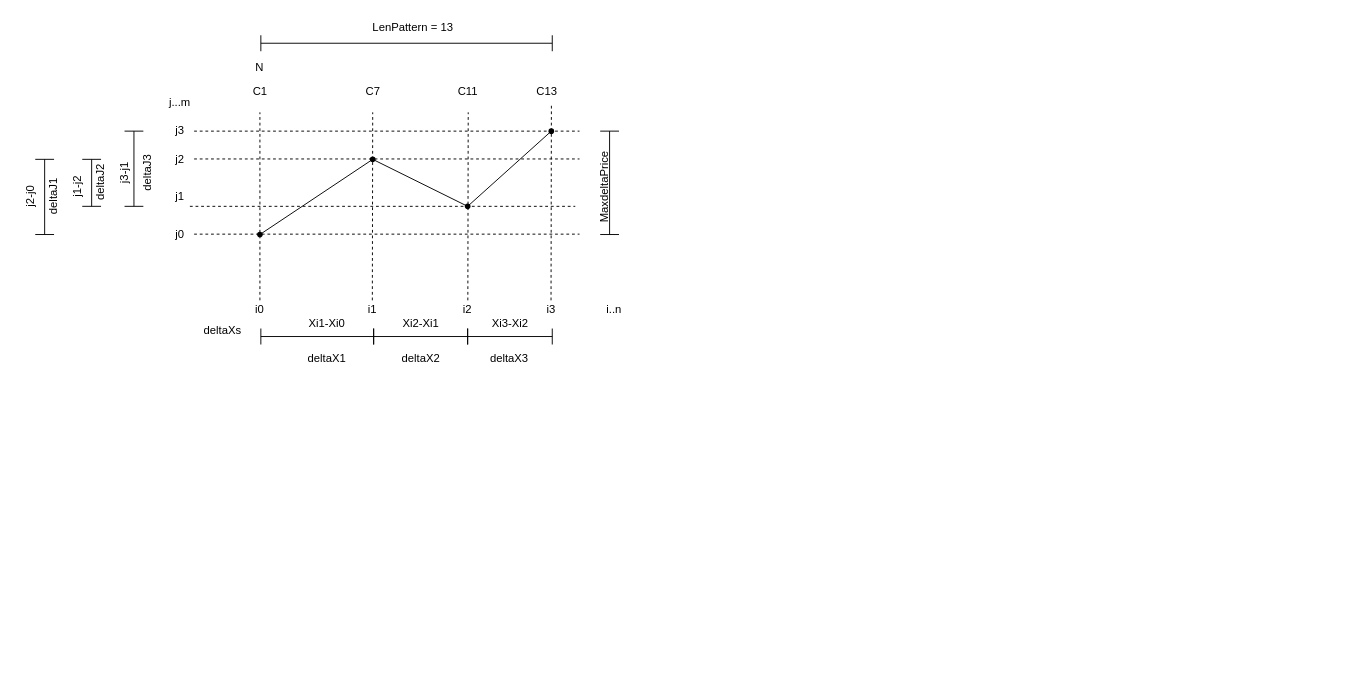
This is BitmexGUI/PatterReconIdea.drawio from DSun91/WPF-Bitmex-GUI, a draw.io file, before an edit. Source tidied: cells renumbered, new cells numbered last; positions are measured from the earlier drawing's top-left corner, leaving out a move shared by most shapes. Both pictures are drawn from the tidied source at 94%, with x=0, y=0 at pixel (7, 18).
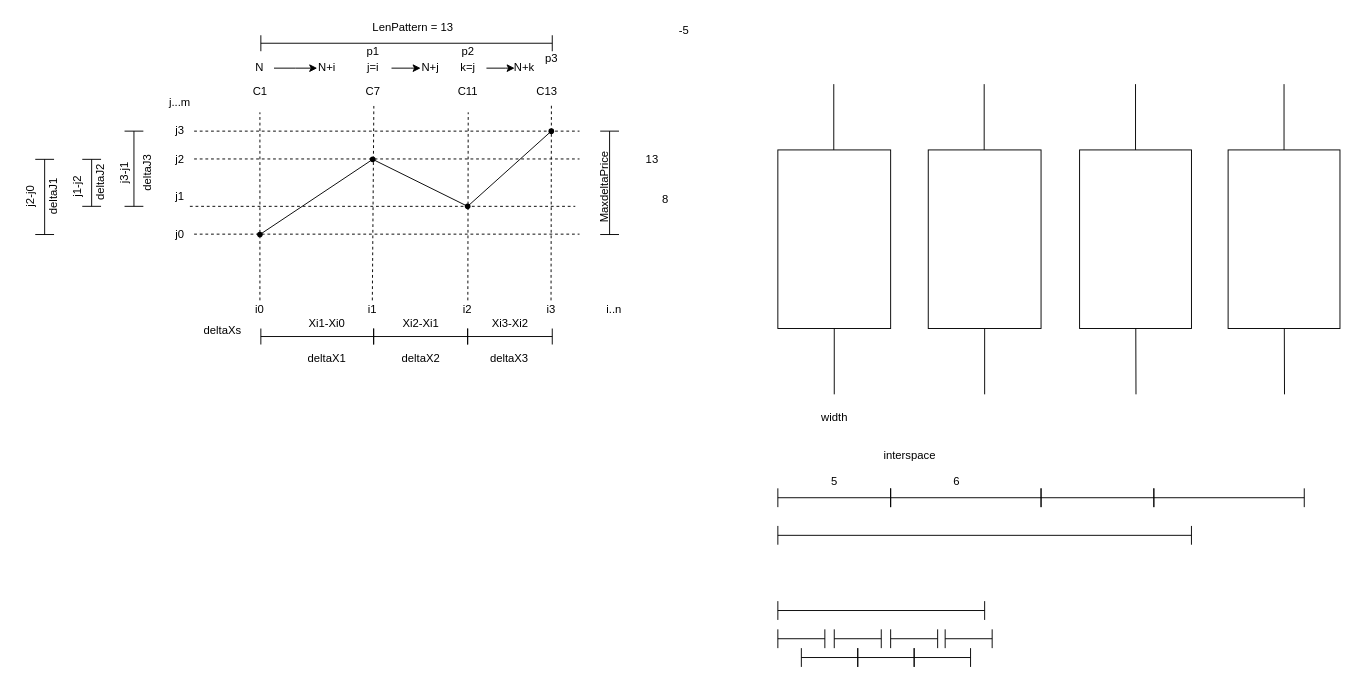
After the change.

Unchanged cells that the change refers to:
```xml
<mxCell id="29" value="N" style="text;html=1;align=center;verticalAlign=middle;whiteSpace=wrap;rounded=0;" parent="1" vertex="1">
  <mxGeometry x="254" y="43" width="30" height="20" as="geometry" />
</mxCell>
<mxCell id="44" value="C7" style="text;html=1;align=center;verticalAlign=middle;points=[];strokeColor=none;fillColor=none;" parent="1" vertex="1">
  <mxGeometry x="369" y="63" width="40" height="30" as="geometry" />
</mxCell>
```

The edit, as a diff of the source:
```diff
@@
-    <mxCell id="11" style="endArrow=none;dashed=1;html=1;rounded=0;" parent="1" edge="1">
+    <mxCell id="11" style="endArrow=none;dashed=1;html=1;rounded=0;entryX=0.53;entryY=1.008;entryDx=0;entryDy=0;entryPerimeter=0;" parent="1" edge="1" target="44">
       <mxGeometry relative="1" as="geometry">
         <mxPoint x="388.6" y="300" as="sourcePoint" />
-        <mxPoint x="389" y="100" as="targetPoint" />
       </mxGeometry>
     </mxCell>
@@
+    <mxCell id="56" style="edgeStyle=orthogonalEdgeStyle;rounded=0;jettySize=auto;html=1;exitX=1;exitY=0.5;exitDx=0;exitDy=0;" parent="1" edge="1" source="29">
+      <mxGeometry relative="1" as="geometry">
+        <mxPoint x="330" y="53" as="targetPoint" />
+      </mxGeometry>
+    </mxCell>
@@
+    <mxCell id="57" style="rounded=0;whiteSpace=wrap;html=1;" parent="1" vertex="1">
+      <mxGeometry x="820" y="140" width="120" height="190" as="geometry" />
+    </mxCell>
+    <mxCell id="58" style="endArrow=none;html=1;rounded=0;" parent="1" edge="1" target="57">
+      <mxGeometry relative="1" as="geometry">
+        <mxPoint x="880" y="400" as="sourcePoint" />
+      </mxGeometry>
+    </mxCell>
+    <mxCell id="59" style="endArrow=none;html=1;rounded=0;" parent="1" edge="1">
+      <mxGeometry relative="1" as="geometry">
+        <mxPoint x="879.5" y="140" as="sourcePoint" />
+        <mxPoint x="879.5" y="70" as="targetPoint" />
+      </mxGeometry>
+    </mxCell>
+    <mxCell id="60" style="shape=crossbar;whiteSpace=wrap;html=1;rounded=1;" parent="1" vertex="1">
+      <mxGeometry x="820" y="500" width="120" height="20" as="geometry" />
+    </mxCell>
+    <mxCell id="61" style="rounded=0;whiteSpace=wrap;html=1;" parent="1" vertex="1">
+      <mxGeometry x="980" y="140" width="120" height="190" as="geometry" />
+    </mxCell>
+    <mxCell id="62" style="endArrow=none;html=1;rounded=0;" parent="1" edge="1" target="61">
+      <mxGeometry relative="1" as="geometry">
+        <mxPoint x="1040" y="400" as="sourcePoint" />
+      </mxGeometry>
+    </mxCell>
+    <mxCell id="63" style="endArrow=none;html=1;rounded=0;" parent="1" edge="1">
+      <mxGeometry relative="1" as="geometry">
+        <mxPoint x="1039.5" y="140" as="sourcePoint" />
+        <mxPoint x="1039.5" y="70" as="targetPoint" />
+      </mxGeometry>
+    </mxCell>
+    <mxCell id="64" style="shape=crossbar;whiteSpace=wrap;html=1;rounded=1;" parent="1" vertex="1">
+      <mxGeometry x="940" y="500" width="160" height="20" as="geometry" />
+    </mxCell>
+    <mxCell id="65" value="interspace" style="text;html=1;align=center;verticalAlign=middle;strokeColor=none;fillColor=none;" parent="1" vertex="1">
+      <mxGeometry x="920" y="450" width="80" height="30" as="geometry" />
+    </mxCell>
+    <mxCell id="66" value="width" style="text;html=1;align=center;verticalAlign=middle;strokeColor=none;fillColor=none;" parent="1" vertex="1">
+      <mxGeometry x="855" y="410" width="50" height="30" as="geometry" />
+    </mxCell>
+    <mxCell id="67" style="shape=crossbar;whiteSpace=wrap;html=1;rounded=1;" parent="1" vertex="1">
+      <mxGeometry x="820" y="540" width="440" height="20" as="geometry" />
+    </mxCell>
+    <mxCell id="68" style="rounded=0;whiteSpace=wrap;html=1;" parent="1" vertex="1">
+      <mxGeometry x="1141" y="140" width="119" height="190" as="geometry" />
+    </mxCell>
+    <mxCell id="69" style="endArrow=none;html=1;rounded=0;" parent="1" edge="1" target="68">
+      <mxGeometry relative="1" as="geometry">
+        <mxPoint x="1201" y="400" as="sourcePoint" />
+      </mxGeometry>
+    </mxCell>
+    <mxCell id="70" style="endArrow=none;html=1;rounded=0;" parent="1" edge="1">
+      <mxGeometry relative="1" as="geometry">
+        <mxPoint x="1200.5" y="140" as="sourcePoint" />
+        <mxPoint x="1200.5" y="70" as="targetPoint" />
+      </mxGeometry>
+    </mxCell>
+    <mxCell id="71" value="5" style="text;html=1;align=center;verticalAlign=middle;strokeColor=none;fillColor=none;" parent="1" vertex="1">
+      <mxGeometry x="865" y="478" width="30" height="30" as="geometry" />
+    </mxCell>
+    <mxCell id="72" value="6" style="text;html=1;align=center;verticalAlign=middle;strokeColor=none;fillColor=none;" parent="1" vertex="1">
+      <mxGeometry x="995" y="478" width="30" height="30" as="geometry" />
+    </mxCell>
+    <mxCell id="73" style="rounded=0;whiteSpace=wrap;html=1;" parent="1" vertex="1">
+      <mxGeometry x="1299" y="140" width="119" height="190" as="geometry" />
+    </mxCell>
+    <mxCell id="74" style="endArrow=none;html=1;rounded=0;" parent="1" edge="1" target="73">
+      <mxGeometry relative="1" as="geometry">
+        <mxPoint x="1359" y="400" as="sourcePoint" />
+      </mxGeometry>
+    </mxCell>
+    <mxCell id="75" style="endArrow=none;html=1;rounded=0;" parent="1" edge="1">
+      <mxGeometry relative="1" as="geometry">
+        <mxPoint x="1358.5" y="140" as="sourcePoint" />
+        <mxPoint x="1358.5" y="70" as="targetPoint" />
+      </mxGeometry>
+    </mxCell>
+    <mxCell id="76" style="shape=crossbar;whiteSpace=wrap;html=1;rounded=1;" parent="1" vertex="1">
+      <mxGeometry x="1100" y="500" width="120" height="20" as="geometry" />
+    </mxCell>
+    <mxCell id="77" style="shape=crossbar;whiteSpace=wrap;html=1;rounded=1;" parent="1" vertex="1">
+      <mxGeometry x="1220" y="500" width="160" height="20" as="geometry" />
+    </mxCell>
+    <mxCell id="78" style="shape=crossbar;whiteSpace=wrap;html=1;rounded=1;" parent="1" vertex="1">
+      <mxGeometry x="820" y="620" width="220" height="20" as="geometry" />
+    </mxCell>
+    <mxCell id="79" style="shape=crossbar;whiteSpace=wrap;html=1;rounded=1;" parent="1" vertex="1">
+      <mxGeometry x="820" y="650" width="50" height="20" as="geometry" />
+    </mxCell>
+    <mxCell id="80" style="shape=crossbar;whiteSpace=wrap;html=1;rounded=1;" parent="1" vertex="1">
+      <mxGeometry x="845" y="670" width="60" height="20" as="geometry" />
+    </mxCell>
+    <mxCell id="81" style="shape=crossbar;whiteSpace=wrap;html=1;rounded=1;" parent="1" vertex="1">
+      <mxGeometry x="880" y="650" width="50" height="20" as="geometry" />
+    </mxCell>
+    <mxCell id="82" style="shape=crossbar;whiteSpace=wrap;html=1;rounded=1;" parent="1" vertex="1">
+      <mxGeometry x="905" y="670" width="60" height="20" as="geometry" />
+    </mxCell>
+    <mxCell id="83" style="shape=crossbar;whiteSpace=wrap;html=1;rounded=1;" parent="1" vertex="1">
+      <mxGeometry x="965" y="670" width="60" height="20" as="geometry" />
+    </mxCell>
+    <mxCell id="84" style="shape=crossbar;whiteSpace=wrap;html=1;rounded=1;" parent="1" vertex="1">
+      <mxGeometry x="940" y="650" width="50" height="20" as="geometry" />
+    </mxCell>
+    <mxCell id="85" style="shape=crossbar;whiteSpace=wrap;html=1;rounded=1;" parent="1" vertex="1">
+      <mxGeometry x="998" y="650" width="50" height="20" as="geometry" />
+    </mxCell>
+    <mxCell id="86" value="13" style="text;html=1;align=center;verticalAlign=middle;strokeColor=none;fillColor=none;" parent="1" vertex="1">
+      <mxGeometry x="666" y="134.5" width="40" height="30" as="geometry" />
+    </mxCell>
+    <mxCell id="87" value="8" style="text;html=1;align=center;verticalAlign=middle;strokeColor=none;fillColor=none;" parent="1" vertex="1">
+      <mxGeometry x="685" y="178" width="30" height="30" as="geometry" />
+    </mxCell>
+    <mxCell id="88" value="-5" style="text;html=1;align=center;verticalAlign=middle;strokeColor=none;fillColor=none;" parent="1" vertex="1">
+      <mxGeometry x="705" y="-2" width="30" height="30" as="geometry" />
+    </mxCell>
+    <mxCell id="89" value="N+i" style="text;html=1;align=center;verticalAlign=middle;strokeColor=none;fillColor=none;" parent="1" vertex="1">
+      <mxGeometry x="320" y="38" width="40" height="30" as="geometry" />
+    </mxCell>
+    <mxCell id="90" style="edgeStyle=orthogonalEdgeStyle;rounded=0;jettySize=auto;html=1;" parent="1" edge="1" source="91">
+      <mxGeometry relative="1" as="geometry">
+        <mxPoint x="440" y="53" as="targetPoint" />
+      </mxGeometry>
+    </mxCell>
+    <mxCell id="91" value="j=i" style="text;html=1;align=center;verticalAlign=middle;points=[];strokeColor=none;fillColor=none;" parent="1" vertex="1">
+      <mxGeometry x="369" y="38" width="40" height="30" as="geometry" />
+    </mxCell>
+    <mxCell id="92" value="N+j" style="text;html=1;align=center;verticalAlign=middle;strokeColor=none;fillColor=none;" parent="1" vertex="1">
+      <mxGeometry x="430" y="38" width="40" height="30" as="geometry" />
+    </mxCell>
+    <mxCell id="93" style="edgeStyle=orthogonalEdgeStyle;rounded=0;jettySize=auto;html=1;" parent="1" edge="1" source="94">
+      <mxGeometry relative="1" as="geometry">
+        <mxPoint x="540" y="53" as="targetPoint" />
+      </mxGeometry>
+    </mxCell>
+    <mxCell id="94" value="k=j" style="text;html=1;align=center;verticalAlign=middle;points=[];strokeColor=none;fillColor=none;" parent="1" vertex="1">
+      <mxGeometry x="470" y="38" width="40" height="30" as="geometry" />
+    </mxCell>
+    <mxCell id="95" value="N+k" style="text;html=1;align=center;verticalAlign=middle;strokeColor=none;fillColor=none;" parent="1" vertex="1">
+      <mxGeometry x="525" y="38" width="50" height="30" as="geometry" />
+    </mxCell>
+    <mxCell id="96" value="p1" style="text;html=1;align=center;verticalAlign=middle;strokeColor=none;fillColor=none;" parent="1" vertex="1">
+      <mxGeometry x="369" y="20" width="40" height="30" as="geometry" />
+    </mxCell>
+    <mxCell id="97" value="p2" style="text;html=1;align=center;verticalAlign=middle;strokeColor=none;fillColor=none;" parent="1" vertex="1">
+      <mxGeometry x="470" y="20" width="40" height="30" as="geometry" />
+    </mxCell>
+    <mxCell id="98" value="p3" style="text;html=1;align=center;verticalAlign=middle;strokeColor=none;fillColor=none;" parent="1" vertex="1">
+      <mxGeometry x="559" y="28" width="40" height="30" as="geometry" />
+    </mxCell>
```
